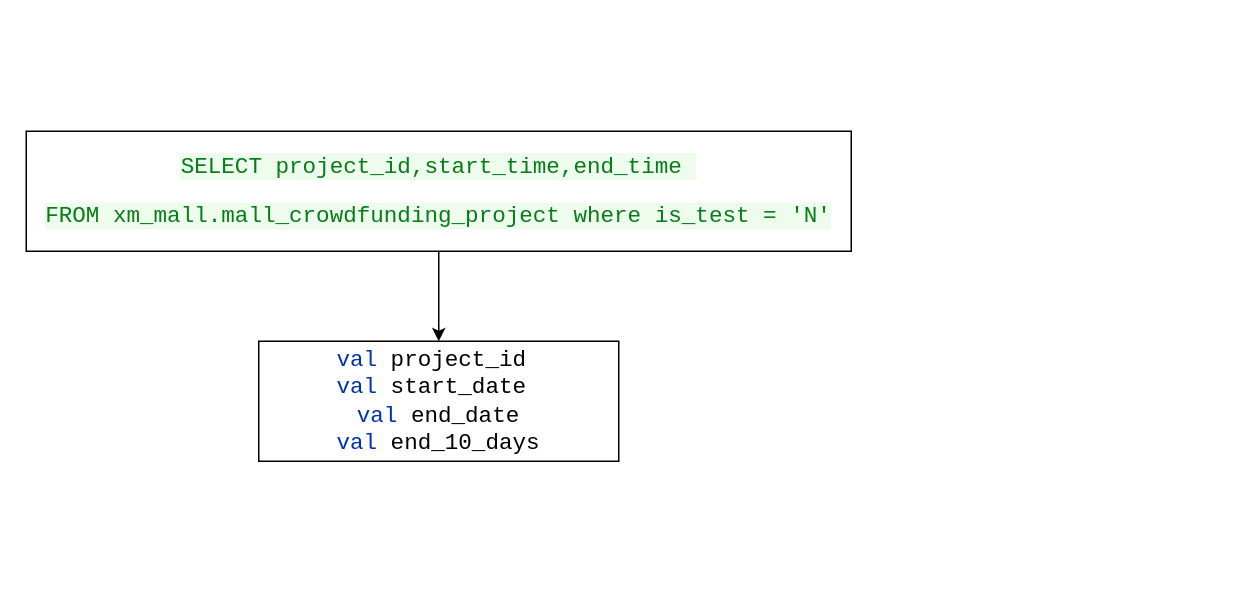
Before: 小米众筹/小米众筹流程.drawio in dyzcs/draw.io, a draw.io diagram. Source tidied: cells renumbered, new cells numbered last; positions are measured from the earlier drawing's top-left corner, leaving out a move shared by most shapes. Both pictures are drawn from the tidied source at 150%, with x=0, y=0 at pixel (26, 130).
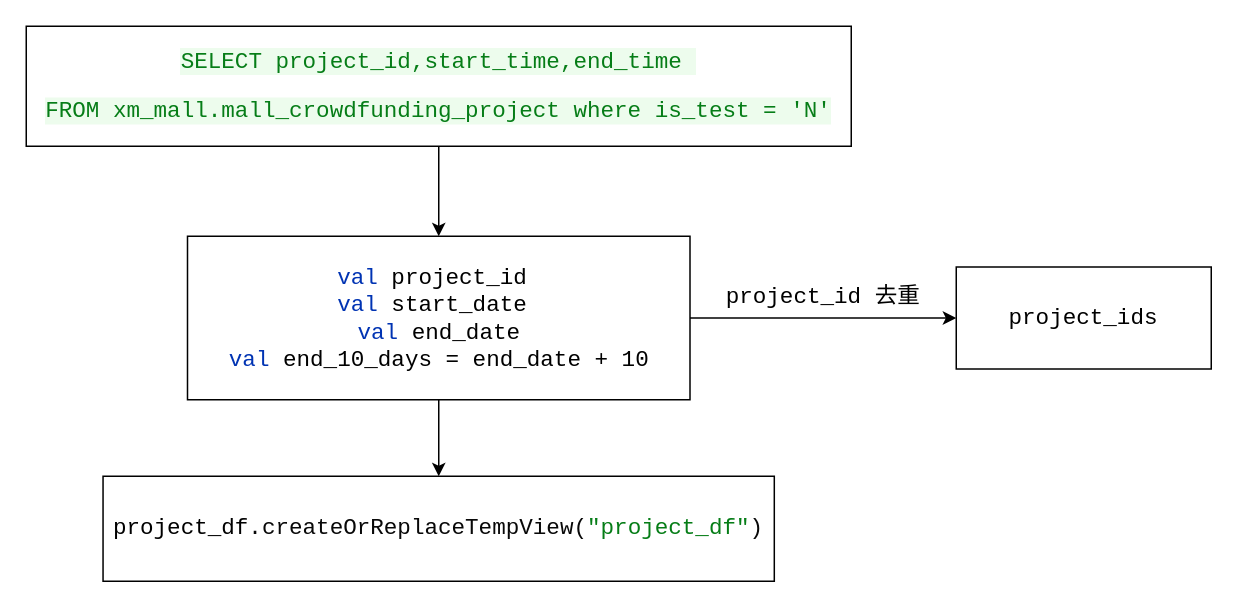
Above is the later version.

Commit message (it also covers changes not shown here):
更新小米众筹流程.drawio

What changed in the source:
```diff
@@
 <mxGraphModel>
   <root>
     <mxCell id="0" />
     <mxCell id="1" parent="0" />
     <mxCell id="2" style="edgeStyle=orthogonalEdgeStyle;rounded=0;jettySize=auto;html=1;entryX=0.5;entryY=0;entryDx=0;entryDy=0;" parent="1" edge="1" source="3" target="4">
       <mxGeometry relative="1" as="geometry" />
     </mxCell>
     <mxCell id="3" value="&lt;pre style=&quot;background-color: #ffffff ; color: #080808 ; font-family: &amp;#34;courier 10 pitch&amp;#34; , monospace ; font-size: 11.3pt&quot;&gt;&lt;span style=&quot;color: #067d17 ; background-color: #edfced&quot;&gt;SELECT project_id,start_time,end_time &lt;/span&gt;&lt;/pre&gt;&lt;pre style=&quot;background-color: #ffffff ; color: #080808 ; font-family: &amp;#34;courier 10 pitch&amp;#34; , monospace ; font-size: 11.3pt&quot;&gt;&lt;span style=&quot;color: #067d17 ; background-color: #edfced&quot;&gt;FROM xm_mall.mall_crowdfunding_project where is_test = 'N'&lt;/span&gt;&lt;/pre&gt;" style="rounded=0;whiteSpace=wrap;html=1;" parent="1" vertex="1">
-      <mxGeometry width="550" height="80" as="geometry" />
+      <mxGeometry y="-70" width="550" height="80" as="geometry" />
     </mxCell>
+    <mxCell id="5" style="edgeStyle=orthogonalEdgeStyle;rounded=0;jettySize=auto;html=1;entryX=0;entryY=0.5;entryDx=0;entryDy=0;" parent="1" edge="1" source="4" target="8">
+      <mxGeometry relative="1" as="geometry" />
+    </mxCell>
+    <mxCell id="6" value="&lt;pre style=&quot;color: rgb(8 , 8 , 8) ; font-family: &amp;quot;courier 10 pitch&amp;quot; , monospace ; font-size: 11.3pt&quot;&gt;&lt;span style=&quot;color: rgb(0 , 0 , 0)&quot;&gt;project_id 去重&lt;/span&gt;&lt;/pre&gt;" style="edgeLabel;html=1;align=center;verticalAlign=middle;labelBackgroundColor=none;" parent="5" vertex="1">
+      <mxGeometry x="-0.3" y="4" relative="1" as="geometry">
+        <mxPoint x="26" y="-10" as="offset" />
+      </mxGeometry>
+    </mxCell>
+    <mxCell id="7" style="edgeStyle=orthogonalEdgeStyle;rounded=0;jettySize=auto;html=1;" parent="1" edge="1" source="4" target="9">
+      <mxGeometry relative="1" as="geometry" />
+    </mxCell>
-    <mxCell id="4" value="&lt;pre style=&quot;background-color: #ffffff ; color: #080808 ; font-family: &amp;#34;courier 10 pitch&amp;#34; , monospace ; font-size: 11.3pt&quot;&gt;&lt;span style=&quot;color: #0033b3&quot;&gt;val &lt;/span&gt;&lt;span style=&quot;color: #000000&quot;&gt;project_id &lt;/span&gt;&lt;span style=&quot;color: #000000&quot;&gt;&lt;br&gt;&lt;/span&gt;&lt;span style=&quot;color: #0033b3&quot;&gt;val &lt;/span&gt;&lt;span style=&quot;color: #000000&quot;&gt;start_date &lt;/span&gt;&lt;span style=&quot;color: #000000&quot;&gt;&lt;br&gt;&lt;/span&gt;&lt;span style=&quot;color: #0033b3&quot;&gt;val &lt;/span&gt;&lt;span style=&quot;color: #000000&quot;&gt;end_date&lt;/span&gt;&lt;br&gt;&lt;span style=&quot;color: #0033b3&quot;&gt;val &lt;/span&gt;&lt;span style=&quot;color: #000000&quot;&gt;end_10_days&lt;/span&gt;&lt;/pre&gt;" style="rounded=0;whiteSpace=wrap;html=1;" parent="1" vertex="1">
-      <mxGeometry x="155" y="140" width="240" height="80" as="geometry" />
+    <mxCell id="4" value="&lt;pre style=&quot;background-color: #ffffff ; color: #080808 ; font-family: &amp;#34;courier 10 pitch&amp;#34; , monospace ; font-size: 11.3pt&quot;&gt;&lt;span style=&quot;color: #0033b3&quot;&gt;val &lt;/span&gt;&lt;span style=&quot;color: #000000&quot;&gt;project_id &lt;/span&gt;&lt;span style=&quot;color: #000000&quot;&gt;&lt;br&gt;&lt;/span&gt;&lt;span style=&quot;color: #0033b3&quot;&gt;val &lt;/span&gt;&lt;span style=&quot;color: #000000&quot;&gt;start_date &lt;/span&gt;&lt;span style=&quot;color: #000000&quot;&gt;&lt;br&gt;&lt;/span&gt;&lt;span style=&quot;color: #0033b3&quot;&gt;val &lt;/span&gt;&lt;span style=&quot;color: #000000&quot;&gt;end_date&lt;/span&gt;&lt;br&gt;&lt;span style=&quot;color: #0033b3&quot;&gt;val &lt;/span&gt;&lt;span style=&quot;color: #000000&quot;&gt;end_10_days = end_date + 10&lt;/span&gt;&lt;/pre&gt;" style="rounded=0;whiteSpace=wrap;html=1;" parent="1" vertex="1">
+      <mxGeometry x="107.5" y="70" width="335" height="109" as="geometry" />
     </mxCell>
+    <mxCell id="8" value="&lt;pre style=&quot;background-color: #ffffff ; color: #080808 ; font-family: &amp;#34;courier 10 pitch&amp;#34; , monospace ; font-size: 11.3pt&quot;&gt;&lt;span style=&quot;color: #000000&quot;&gt;project_ids&lt;/span&gt;&lt;/pre&gt;" style="rounded=0;whiteSpace=wrap;html=1;" parent="1" vertex="1">
+      <mxGeometry x="620" y="90.5" width="170" height="68" as="geometry" />
+    </mxCell>
+    <mxCell id="9" value="&lt;pre style=&quot;background-color: #ffffff ; color: #080808 ; font-family: &amp;#34;courier 10 pitch&amp;#34; , monospace ; font-size: 11.3pt&quot;&gt;&lt;span style=&quot;color: #000000&quot;&gt;project_df&lt;/span&gt;.createOrReplaceTempView(&lt;span style=&quot;color: #067d17&quot;&gt;&quot;project_df&quot;&lt;/span&gt;)&lt;/pre&gt;" style="rounded=0;whiteSpace=wrap;html=1;labelBackgroundColor=none;" parent="1" vertex="1">
+      <mxGeometry x="51.2" y="230" width="447.5" height="70" as="geometry" />
+    </mxCell>
   </root>
 </mxGraphModel>
```
